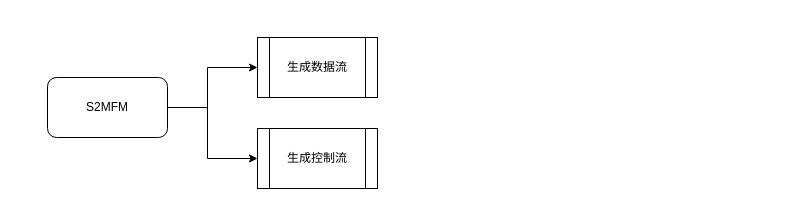
Before: drawio/S2MFM_EVL.drawio in happinessandlove/Pic, a draw.io diagram. Source tidied: cells renumbered, new cells numbered last; positions are measured from the earlier drawing's top-left corner, leaving out a move shared by most shapes. Both pictures are drawn from the tidied source at 100%, with x=0, y=0 at pixel (47, 37).
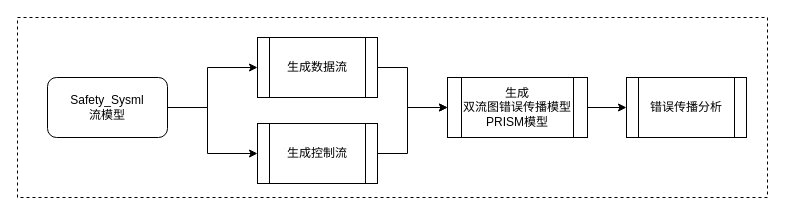
The same diagram, later.

Diff of the diagram source:
```diff
@@
 <mxGraphModel>
   <root>
     <mxCell id="0" />
     <mxCell id="1" parent="0" />
+    <mxCell id="7" style="rounded=0;whiteSpace=wrap;html=1;fillColor=none;dashed=1;" parent="1" vertex="1">
+      <mxGeometry x="-30" y="-20" width="750" height="180" as="geometry" />
+    </mxCell>
     <mxCell id="2" value="生成数据流" style="shape=process;whiteSpace=wrap;html=1;backgroundOutline=1;" parent="1" vertex="1">
       <mxGeometry x="210" width="120" height="60" as="geometry" />
     </mxCell>
     <mxCell id="3" style="edgeStyle=orthogonalEdgeStyle;rounded=0;jettySize=auto;html=1;entryX=0;entryY=0.5;entryDx=0;entryDy=0;exitX=1;exitY=0.5;exitDx=0;exitDy=0;" parent="1" edge="1" source="4" target="2">
       <mxGeometry relative="1" as="geometry">
         <Array as="points">
           <mxPoint x="160" y="70" />
           <mxPoint x="160" y="30" />
         </Array>
       </mxGeometry>
     </mxCell>
-    <mxCell id="4" value="S2MFM" style="rounded=1;whiteSpace=wrap;html=1;" parent="1" vertex="1">
+    <mxCell id="4" value="Safety_Sysml&lt;br&gt;流模型" style="rounded=1;whiteSpace=wrap;html=1;" parent="1" vertex="1">
       <mxGeometry y="40" width="120" height="60" as="geometry" />
     </mxCell>
     <mxCell id="5" value="生成控制流" style="shape=process;whiteSpace=wrap;html=1;backgroundOutline=1;" parent="1" vertex="1">
-      <mxGeometry x="210" y="91" width="120" height="60" as="geometry" />
+      <mxGeometry x="210" y="86" width="120" height="60" as="geometry" />
     </mxCell>
     <mxCell id="6" style="endArrow=classic;html=1;rounded=0;exitX=1;exitY=0.5;exitDx=0;exitDy=0;entryX=0;entryY=0.5;entryDx=0;entryDy=0;" parent="1" edge="1" source="4" target="5">
       <mxGeometry relative="1" as="geometry">
         <Array as="points">
           <mxPoint x="160" y="70" />
-          <mxPoint x="160" y="121" />
+          <mxPoint x="160" y="116" />
         </Array>
       </mxGeometry>
     </mxCell>
+    <mxCell id="8" style="edgeStyle=orthogonalEdgeStyle;rounded=0;jettySize=auto;html=1;entryX=0;entryY=0.5;entryDx=0;entryDy=0;" parent="1" edge="1" source="9" target="10">
+      <mxGeometry relative="1" as="geometry" />
+    </mxCell>
+    <mxCell id="9" value="生成&lt;br&gt;双流图错误传播模型&lt;br&gt;PRISM模型" style="shape=process;whiteSpace=wrap;html=1;backgroundOutline=1;" parent="1" vertex="1">
+      <mxGeometry x="400" y="40" width="140" height="60" as="geometry" />
+    </mxCell>
+    <mxCell id="10" value="错误传播分析" style="shape=process;whiteSpace=wrap;html=1;backgroundOutline=1;" parent="1" vertex="1">
+      <mxGeometry x="579" y="40" width="120" height="60" as="geometry" />
+    </mxCell>
+    <mxCell id="11" style="endArrow=classic;html=1;rounded=0;exitX=1;exitY=0.5;exitDx=0;exitDy=0;entryX=0;entryY=0.5;entryDx=0;entryDy=0;" parent="1" edge="1" source="2" target="9">
+      <mxGeometry relative="1" as="geometry">
+        <Array as="points">
+          <mxPoint x="360" y="30" />
+          <mxPoint x="360" y="70" />
+        </Array>
+      </mxGeometry>
+    </mxCell>
+    <mxCell id="12" style="endArrow=classic;html=1;rounded=0;exitX=1;exitY=0.5;exitDx=0;exitDy=0;entryX=0;entryY=0.5;entryDx=0;entryDy=0;" parent="1" edge="1" source="5" target="9">
+      <mxGeometry relative="1" as="geometry">
+        <Array as="points">
+          <mxPoint x="360" y="116" />
+          <mxPoint x="360" y="70" />
+        </Array>
+      </mxGeometry>
+    </mxCell>
   </root>
 </mxGraphModel>
```
